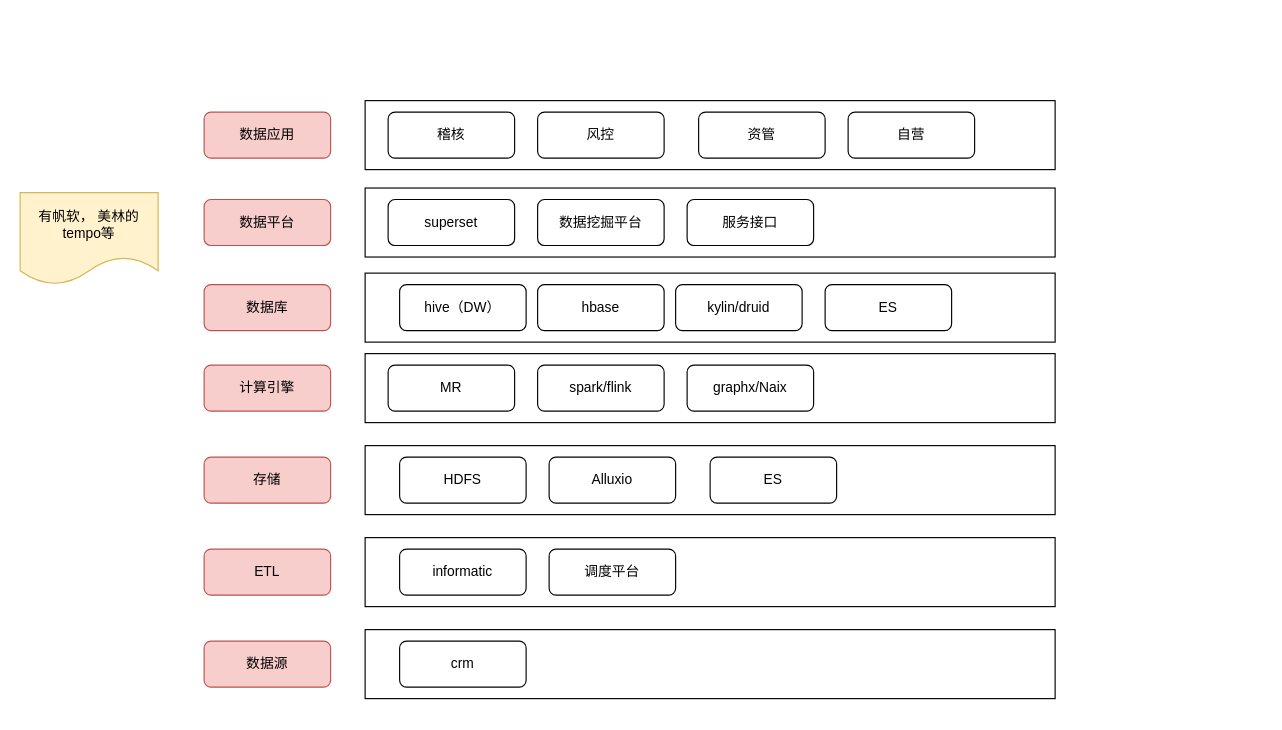
yjplxq/yjplxq keeps this draw.io diagram as page "Page-3" (3 of 3) of Untitled Diagram.drawio. Above is the earlier version. Source tidied: cells renumbered, new cells numbered last; positions are measured from the earlier drawing's top-left corner, leaving out a move shared by most shapes. Both pictures are drawn from the tidied source at 115%, with x=0, y=0 at pixel (20, 100).
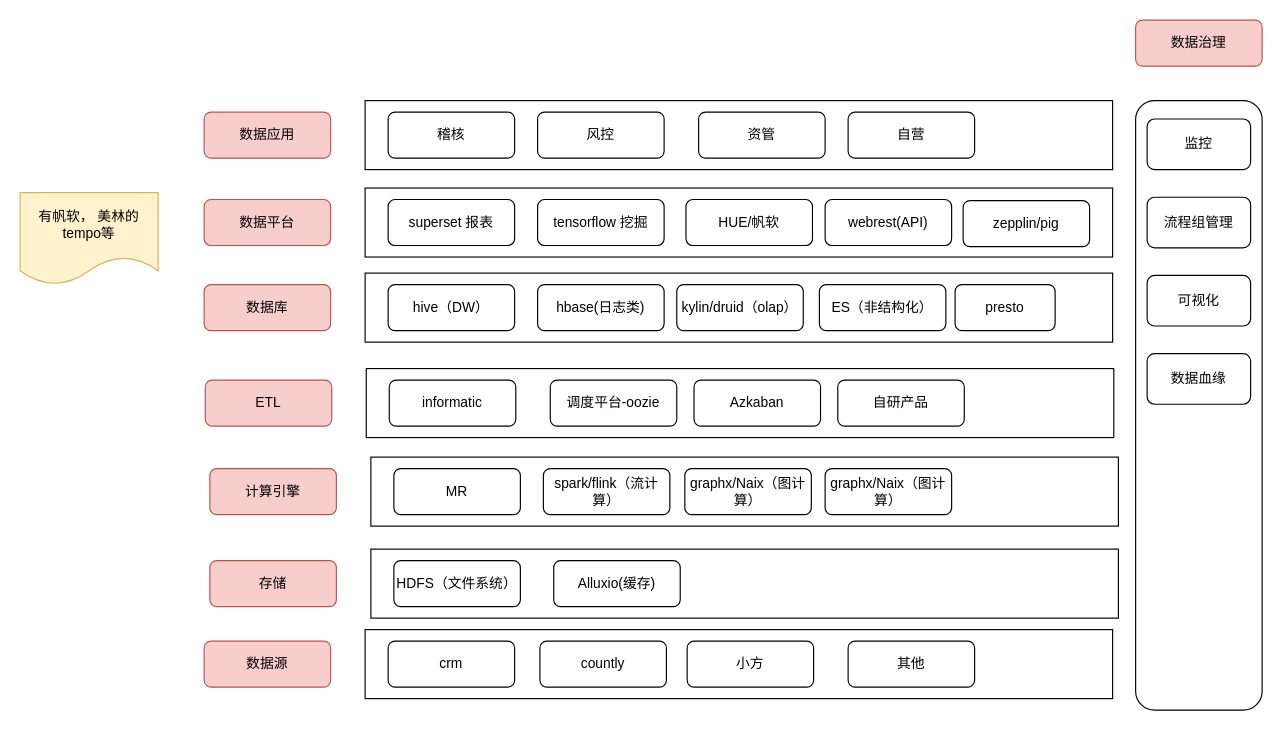
Above is the later version.

Change to the diagram source:
```diff
@@
     <mxCell id="5" value="计算引擎" style="rounded=1;whiteSpace=wrap;html=1;align=center;fillColor=#f8cecc;strokeColor=#b85450;" parent="1" vertex="1">
-      <mxGeometry x="160" y="230" width="110" height="40" as="geometry" />
+      <mxGeometry x="165" y="320" width="110" height="40" as="geometry" />
     </mxCell>
     <mxCell id="6" value="存储" style="rounded=1;whiteSpace=wrap;html=1;align=center;fillColor=#f8cecc;strokeColor=#b85450;" parent="1" vertex="1">
-      <mxGeometry x="160" y="310" width="110" height="40" as="geometry" />
+      <mxGeometry x="165" y="400" width="110" height="40" as="geometry" />
     </mxCell>
@@
-    <mxCell id="8" value="ETL" style="rounded=1;whiteSpace=wrap;html=1;align=center;fillColor=#f8cecc;strokeColor=#b85450;" parent="1" vertex="1">
-      <mxGeometry x="160" y="390" width="110" height="40" as="geometry" />
-    </mxCell>
     <mxCell id="9" style="rounded=0;whiteSpace=wrap;html=1;align=center;" parent="1" vertex="1">
-      <mxGeometry x="300" width="600" height="60" as="geometry" />
+      <mxGeometry x="300" width="650" height="60" as="geometry" />
     </mxCell>
@@
     <mxCell id="14" style="rounded=0;whiteSpace=wrap;html=1;align=center;" parent="1" vertex="1">
-      <mxGeometry x="300" y="76" width="600" height="60" as="geometry" />
+      <mxGeometry x="300" y="76" width="650" height="60" as="geometry" />
     </mxCell>
-    <mxCell id="15" value="superset" style="rounded=1;whiteSpace=wrap;html=1;align=center;" parent="1" vertex="1">
+    <mxCell id="15" value="superset 报表" style="rounded=1;whiteSpace=wrap;html=1;align=center;" parent="1" vertex="1">
       <mxGeometry x="320" y="86" width="110" height="40" as="geometry" />
     </mxCell>
-    <mxCell id="16" value="数据挖掘平台" style="rounded=1;whiteSpace=wrap;html=1;align=center;" parent="1" vertex="1">
+    <mxCell id="16" value="tensorflow 挖掘" style="rounded=1;whiteSpace=wrap;html=1;align=center;" parent="1" vertex="1">
       <mxGeometry x="450" y="86" width="110" height="40" as="geometry" />
     </mxCell>
-    <mxCell id="17" value="服务接口" style="rounded=1;whiteSpace=wrap;html=1;align=center;" parent="1" vertex="1">
-      <mxGeometry x="580" y="86" width="110" height="40" as="geometry" />
+    <mxCell id="17" value="HUE/帆软" style="rounded=1;whiteSpace=wrap;html=1;align=center;" parent="1" vertex="1">
+      <mxGeometry x="579" y="86" width="110" height="40" as="geometry" />
     </mxCell>
     <mxCell id="18" style="rounded=0;whiteSpace=wrap;html=1;align=center;" parent="1" vertex="1">
-      <mxGeometry x="300" y="220" width="600" height="60" as="geometry" />
+      <mxGeometry x="305" y="310" width="650" height="60" as="geometry" />
     </mxCell>
     <mxCell id="19" value="MR" style="rounded=1;whiteSpace=wrap;html=1;align=center;" parent="1" vertex="1">
-      <mxGeometry x="320" y="230" width="110" height="40" as="geometry" />
+      <mxGeometry x="325" y="320" width="110" height="40" as="geometry" />
     </mxCell>
     <mxCell id="20" style="rounded=0;whiteSpace=wrap;html=1;align=center;" parent="1" vertex="1">
-      <mxGeometry x="300" y="460" width="600" height="60" as="geometry" />
+      <mxGeometry x="300" y="460" width="650" height="60" as="geometry" />
     </mxCell>
     <mxCell id="21" value="crm" style="rounded=1;whiteSpace=wrap;html=1;align=center;" parent="1" vertex="1">
-      <mxGeometry x="330" y="470" width="110" height="40" as="geometry" />
+      <mxGeometry x="320" y="470" width="110" height="40" as="geometry" />
     </mxCell>
-    <mxCell id="22" style="rounded=0;whiteSpace=wrap;html=1;align=center;" parent="1" vertex="1">
-      <mxGeometry x="300" y="380" width="600" height="60" as="geometry" />
-    </mxCell>
-    <mxCell id="23" value="informatic" style="rounded=1;whiteSpace=wrap;html=1;align=center;" parent="1" vertex="1">
-      <mxGeometry x="330" y="390" width="110" height="40" as="geometry" />
-    </mxCell>
     <mxCell id="24" style="rounded=0;whiteSpace=wrap;html=1;align=center;" parent="1" vertex="1">
-      <mxGeometry x="300" y="300" width="600" height="60" as="geometry" />
+      <mxGeometry x="305" y="390" width="650" height="60" as="geometry" />
     </mxCell>
-    <mxCell id="25" value="HDFS" style="rounded=1;whiteSpace=wrap;html=1;align=center;" parent="1" vertex="1">
-      <mxGeometry x="330" y="310" width="110" height="40" as="geometry" />
+    <mxCell id="25" value="HDFS（文件系统）" style="rounded=1;whiteSpace=wrap;html=1;align=center;" parent="1" vertex="1">
+      <mxGeometry x="325" y="400" width="110" height="40" as="geometry" />
     </mxCell>
-    <mxCell id="26" value="Alluxio" style="rounded=1;whiteSpace=wrap;html=1;align=center;" parent="1" vertex="1">
-      <mxGeometry x="460" y="310" width="110" height="40" as="geometry" />
+    <mxCell id="26" value="Alluxio(缓存)" style="rounded=1;whiteSpace=wrap;html=1;align=center;" parent="1" vertex="1">
+      <mxGeometry x="464" y="400" width="110" height="40" as="geometry" />
     </mxCell>
-    <mxCell id="27" value="ES" style="rounded=1;whiteSpace=wrap;html=1;align=center;" parent="1" vertex="1">
-      <mxGeometry x="600" y="310" width="110" height="40" as="geometry" />
-    </mxCell>
-    <mxCell id="28" value="spark/flink" style="rounded=1;whiteSpace=wrap;html=1;align=center;" parent="1" vertex="1">
-      <mxGeometry x="450" y="230" width="110" height="40" as="geometry" />
+    <mxCell id="28" value="spark/flink（流计算）" style="rounded=1;whiteSpace=wrap;html=1;align=center;" parent="1" vertex="1">
+      <mxGeometry x="455" y="320" width="110" height="40" as="geometry" />
     </mxCell>
-    <mxCell id="29" value="graphx/Naix" style="rounded=1;whiteSpace=wrap;html=1;align=center;" parent="1" vertex="1">
-      <mxGeometry x="580" y="230" width="110" height="40" as="geometry" />
+    <mxCell id="29" value="graphx/Naix（图计算）" style="rounded=1;whiteSpace=wrap;html=1;align=center;" parent="1" vertex="1">
+      <mxGeometry x="578" y="320" width="110" height="40" as="geometry" />
     </mxCell>
     <mxCell id="30" style="rounded=0;whiteSpace=wrap;html=1;align=center;" parent="1" vertex="1">
-      <mxGeometry x="300" y="150" width="600" height="60" as="geometry" />
+      <mxGeometry x="300" y="150" width="650" height="60" as="geometry" />
     </mxCell>
     <mxCell id="31" value="hive（DW）" style="rounded=1;whiteSpace=wrap;html=1;align=center;" parent="1" vertex="1">
-      <mxGeometry x="330" y="160" width="110" height="40" as="geometry" />
+      <mxGeometry x="320" y="160" width="110" height="40" as="geometry" />
     </mxCell>
-    <mxCell id="32" value="hbase" style="rounded=1;whiteSpace=wrap;html=1;align=center;" parent="1" vertex="1">
+    <mxCell id="32" value="hbase(日志类)" style="rounded=1;whiteSpace=wrap;html=1;align=center;" parent="1" vertex="1">
       <mxGeometry x="450" y="160" width="110" height="40" as="geometry" />
     </mxCell>
-    <mxCell id="33" value="kylin/druid" style="rounded=1;whiteSpace=wrap;html=1;align=center;" parent="1" vertex="1">
-      <mxGeometry x="570" y="160" width="110" height="40" as="geometry" />
+    <mxCell id="33" value="kylin/druid（olap）" style="rounded=1;whiteSpace=wrap;html=1;align=center;" parent="1" vertex="1">
+      <mxGeometry x="571" y="160" width="110" height="40" as="geometry" />
     </mxCell>
-    <mxCell id="34" value="ES" style="rounded=1;whiteSpace=wrap;html=1;align=center;" parent="1" vertex="1">
-      <mxGeometry x="700" y="160" width="110" height="40" as="geometry" />
+    <mxCell id="34" value="ES（非结构化）" style="rounded=1;whiteSpace=wrap;html=1;align=center;" parent="1" vertex="1">
+      <mxGeometry x="695" y="160" width="110" height="40" as="geometry" />
     </mxCell>
@@
-    <mxCell id="36" value="调度平台" style="rounded=1;whiteSpace=wrap;html=1;align=center;" parent="1" vertex="1">
-      <mxGeometry x="460" y="390" width="110" height="40" as="geometry" />
-    </mxCell>
+    <mxCell id="37" value="webrest(API)" style="rounded=1;whiteSpace=wrap;html=1;align=center;" parent="1" vertex="1">
+      <mxGeometry x="700" y="86" width="110" height="40" as="geometry" />
+    </mxCell>
+    <mxCell id="38" value="countly" style="rounded=1;whiteSpace=wrap;html=1;align=center;" parent="1" vertex="1">
+      <mxGeometry x="452" y="470" width="110" height="40" as="geometry" />
+    </mxCell>
+    <mxCell id="39" value="小方" style="rounded=1;whiteSpace=wrap;html=1;align=center;" parent="1" vertex="1">
+      <mxGeometry x="580" y="470" width="110" height="40" as="geometry" />
+    </mxCell>
+    <mxCell id="40" style="rounded=1;whiteSpace=wrap;html=1;align=center;" parent="1" vertex="1">
+      <mxGeometry x="970" width="110" height="530" as="geometry" />
+    </mxCell>
+    <mxCell id="41" value="数据治理" style="rounded=1;whiteSpace=wrap;html=1;align=center;fillColor=#f8cecc;strokeColor=#b85450;" parent="1" vertex="1">
+      <mxGeometry x="970" y="-70" width="110" height="40" as="geometry" />
+    </mxCell>
+    <mxCell id="42" value="监控" style="rounded=1;whiteSpace=wrap;html=1;align=center;" parent="1" vertex="1">
+      <mxGeometry x="980" y="16" width="90" height="44" as="geometry" />
+    </mxCell>
+    <mxCell id="43" value="流程组管理" style="rounded=1;whiteSpace=wrap;html=1;align=center;" parent="1" vertex="1">
+      <mxGeometry x="980" y="84" width="90" height="44" as="geometry" />
+    </mxCell>
+    <mxCell id="44" value="可视化" style="rounded=1;whiteSpace=wrap;html=1;align=center;" parent="1" vertex="1">
+      <mxGeometry x="980" y="152" width="90" height="44" as="geometry" />
+    </mxCell>
+    <mxCell id="45" value="数据血缘" style="rounded=1;whiteSpace=wrap;html=1;align=center;" parent="1" vertex="1">
+      <mxGeometry x="980" y="220" width="90" height="44" as="geometry" />
+    </mxCell>
+    <mxCell id="46" value="其他" style="rounded=1;whiteSpace=wrap;html=1;align=center;" parent="1" vertex="1">
+      <mxGeometry x="720" y="470" width="110" height="40" as="geometry" />
+    </mxCell>
+    <mxCell id="47" value="presto" style="rounded=1;whiteSpace=wrap;html=1;align=center;" parent="1" vertex="1">
+      <mxGeometry x="813" y="160" width="87" height="40" as="geometry" />
+    </mxCell>
+    <mxCell id="48" value="zepplin/pig" style="rounded=1;whiteSpace=wrap;html=1;align=center;" parent="1" vertex="1">
+      <mxGeometry x="820" y="87" width="110" height="40" as="geometry" />
+    </mxCell>
+    <mxCell id="49" value="graphx/Naix（图计算）" style="rounded=1;whiteSpace=wrap;html=1;align=center;" parent="1" vertex="1">
+      <mxGeometry x="700" y="320" width="110" height="40" as="geometry" />
+    </mxCell>
+    <mxCell id="8" value="ETL" style="rounded=1;whiteSpace=wrap;html=1;align=center;fillColor=#f8cecc;strokeColor=#b85450;" parent="1" vertex="1">
+      <mxGeometry x="161" y="243" width="110" height="40" as="geometry" />
+    </mxCell>
+    <mxCell id="50" style="rounded=0;whiteSpace=wrap;html=1;align=center;" parent="1" vertex="1">
+      <mxGeometry x="301" y="233" width="650" height="60" as="geometry" />
+    </mxCell>
+    <mxCell id="23" value="informatic" style="rounded=1;whiteSpace=wrap;html=1;align=center;" parent="1" vertex="1">
+      <mxGeometry x="321" y="243" width="110" height="40" as="geometry" />
+    </mxCell>
+    <mxCell id="51" value="调度平台-oozie" style="rounded=1;whiteSpace=wrap;html=1;align=center;" parent="1" vertex="1">
+      <mxGeometry x="461" y="243" width="110" height="40" as="geometry" />
+    </mxCell>
+    <mxCell id="52" value="Azkaban" style="rounded=1;whiteSpace=wrap;html=1;align=center;" parent="1" vertex="1">
+      <mxGeometry x="586" y="243" width="110" height="40" as="geometry" />
+    </mxCell>
+    <mxCell id="53" value="自研产品" style="rounded=1;whiteSpace=wrap;html=1;align=center;" parent="1" vertex="1">
+      <mxGeometry x="711" y="243" width="110" height="40" as="geometry" />
+    </mxCell>
```
